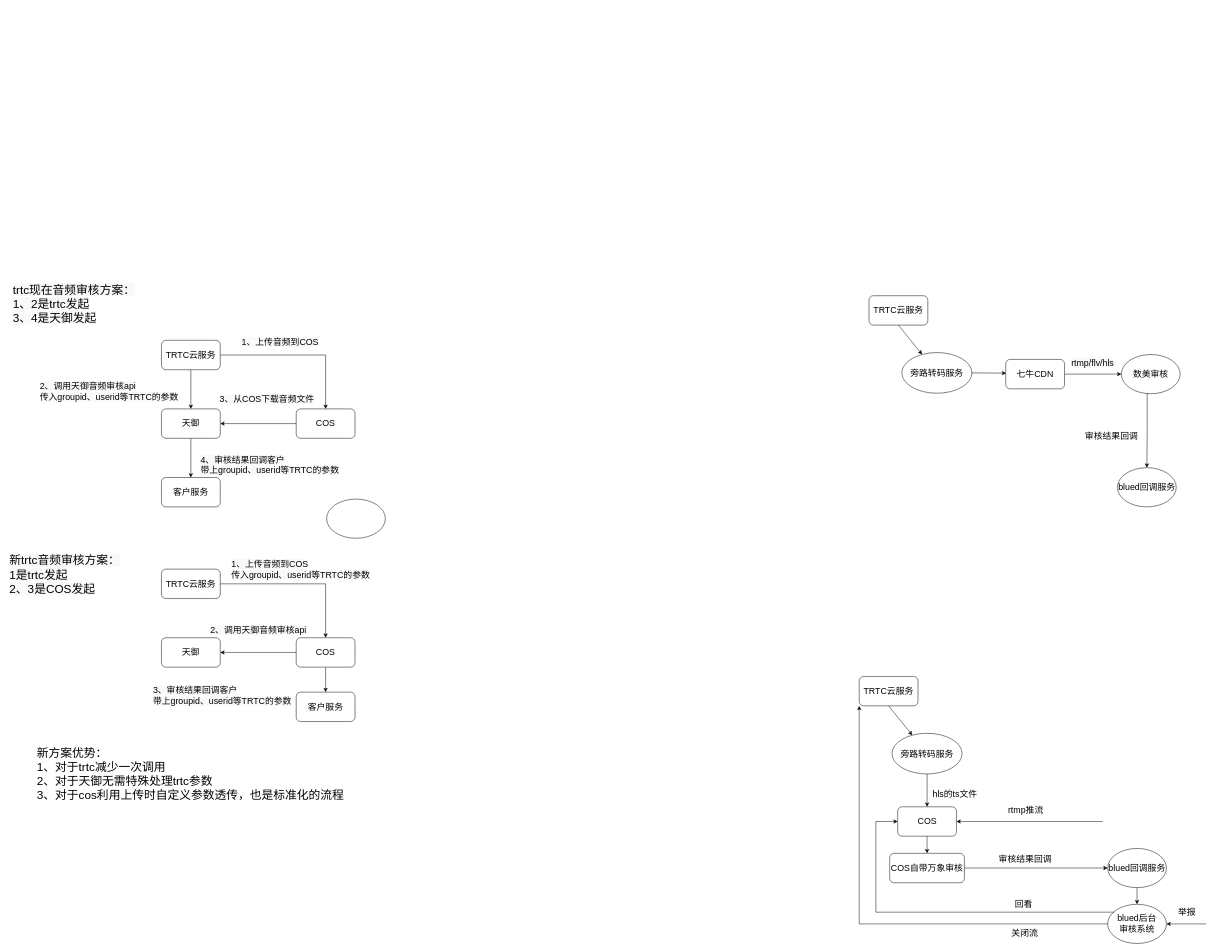
Earlier version of the draw.io diagram page "trtc+cos审核" (4 of 10) of CI.drawio (wangnan8791/document). Source tidied: cells renumbered, new cells numbered last; positions are measured from the earlier drawing's top-left corner, leaving out a move shared by most shapes. Both pictures are drawn from the tidied source at 49%, with x=0, y=0 at pixel (8, 279).
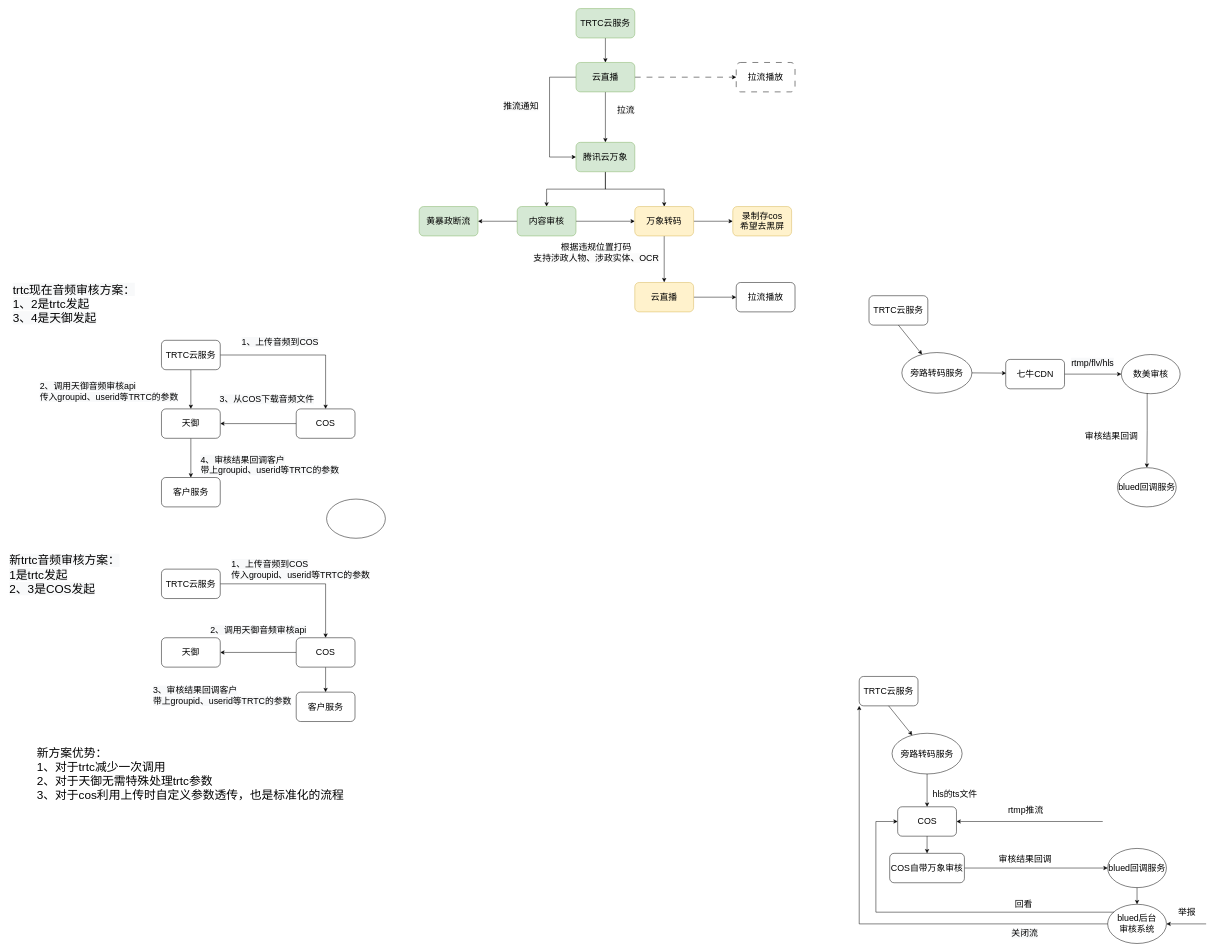
Above is the later version.

Change to the diagram source:
```diff
@@
+    <mxCell id="60" style="edgeStyle=orthogonalEdgeStyle;rounded=0;jettySize=auto;html=1;entryX=0.5;entryY=0;entryDx=0;entryDy=0;" parent="1" edge="1" source="61" target="65">
+      <mxGeometry relative="1" as="geometry" />
+    </mxCell>
+    <mxCell id="61" value="&lt;span&gt;TRTC云服务&lt;/span&gt;" style="rounded=1;whiteSpace=wrap;html=1;fontSize=18;fillColor=#d5e8d4;strokeColor=#82b366;" parent="1" vertex="1">
+      <mxGeometry x="1158" y="-553" width="120" height="60" as="geometry" />
+    </mxCell>
+    <mxCell id="62" style="edgeStyle=orthogonalEdgeStyle;rounded=0;jettySize=auto;html=1;dashed=1;dashPattern=12 12;" parent="1" edge="1" source="65" target="66">
+      <mxGeometry relative="1" as="geometry" />
+    </mxCell>
+    <mxCell id="63" style="edgeStyle=orthogonalEdgeStyle;rounded=0;jettySize=auto;html=1;entryX=0;entryY=0.5;entryDx=0;entryDy=0;exitX=0;exitY=0.5;exitDx=0;exitDy=0;" parent="1" edge="1" source="65" target="69">
+      <mxGeometry relative="1" as="geometry">
+        <Array as="points">
+          <mxPoint x="1104" y="-413" />
+          <mxPoint x="1104" y="-250" />
+        </Array>
+      </mxGeometry>
+    </mxCell>
+    <mxCell id="64" style="edgeStyle=orthogonalEdgeStyle;rounded=0;jettySize=auto;html=1;entryX=0.5;entryY=0;entryDx=0;entryDy=0;" parent="1" edge="1" source="65" target="69">
+      <mxGeometry relative="1" as="geometry" />
+    </mxCell>
+    <mxCell id="65" value="&lt;span&gt;云直播&lt;/span&gt;" style="rounded=1;whiteSpace=wrap;html=1;fontSize=18;fillColor=#d5e8d4;strokeColor=#82b366;" parent="1" vertex="1">
+      <mxGeometry x="1158" y="-443" width="120" height="60" as="geometry" />
+    </mxCell>
+    <mxCell id="66" value="&lt;span&gt;拉流播放&lt;/span&gt;" style="rounded=1;whiteSpace=wrap;html=1;fontSize=18;dashed=1;dashPattern=12 12;" parent="1" vertex="1">
+      <mxGeometry x="1485" y="-443" width="120" height="60" as="geometry" />
+    </mxCell>
+    <mxCell id="67" style="edgeStyle=orthogonalEdgeStyle;rounded=0;jettySize=auto;html=1;entryX=0.5;entryY=0;entryDx=0;entryDy=0;" parent="1" edge="1" source="69" target="74">
+      <mxGeometry relative="1" as="geometry" />
+    </mxCell>
+    <mxCell id="68" style="edgeStyle=orthogonalEdgeStyle;rounded=0;jettySize=auto;html=1;" parent="1" edge="1" source="69" target="77">
+      <mxGeometry relative="1" as="geometry" />
+    </mxCell>
+    <mxCell id="69" value="&lt;span&gt;腾讯云万象&lt;/span&gt;" style="rounded=1;whiteSpace=wrap;html=1;fontSize=18;fillColor=#d5e8d4;strokeColor=#82b366;" parent="1" vertex="1">
+      <mxGeometry x="1158" y="-280" width="120" height="60" as="geometry" />
+    </mxCell>
+    <mxCell id="70" value="&lt;span style=&quot;color: rgb(0, 0, 0); font-family: Helvetica; font-size: 18px; font-style: normal; font-variant-ligatures: normal; font-variant-caps: normal; font-weight: 400; letter-spacing: normal; orphans: 2; text-align: center; text-indent: 0px; text-transform: none; widows: 2; word-spacing: 0px; -webkit-text-stroke-width: 0px; background-color: rgb(251, 251, 251); text-decoration-thickness: initial; text-decoration-style: initial; text-decoration-color: initial; float: none; display: inline !important;&quot;&gt;推流通知&lt;/span&gt;" style="text;whiteSpace=wrap;html=1;" parent="1" vertex="1">
+      <mxGeometry x="1008" y="-370" width="82" height="44" as="geometry" />
+    </mxCell>
+    <mxCell id="71" value="&lt;span style=&quot;color: rgb(0, 0, 0); font-family: Helvetica; font-size: 18px; font-style: normal; font-variant-ligatures: normal; font-variant-caps: normal; font-weight: 400; letter-spacing: normal; orphans: 2; text-align: center; text-indent: 0px; text-transform: none; widows: 2; word-spacing: 0px; -webkit-text-stroke-width: 0px; background-color: rgb(251, 251, 251); text-decoration-thickness: initial; text-decoration-style: initial; text-decoration-color: initial; float: none; display: inline !important;&quot;&gt;拉流&lt;/span&gt;" style="text;whiteSpace=wrap;html=1;" parent="1" vertex="1">
+      <mxGeometry x="1240" y="-362" width="82" height="44" as="geometry" />
+    </mxCell>
+    <mxCell id="72" style="edgeStyle=orthogonalEdgeStyle;rounded=0;jettySize=auto;html=1;" parent="1" edge="1" source="74" target="77">
+      <mxGeometry relative="1" as="geometry" />
+    </mxCell>
+    <mxCell id="73" style="edgeStyle=orthogonalEdgeStyle;rounded=0;jettySize=auto;html=1;" parent="1" edge="1" source="74" target="83">
+      <mxGeometry relative="1" as="geometry" />
+    </mxCell>
+    <mxCell id="74" value="内容审核" style="rounded=1;whiteSpace=wrap;html=1;fontSize=18;fillColor=#d5e8d4;strokeColor=#82b366;" parent="1" vertex="1">
+      <mxGeometry x="1038" y="-149" width="120" height="60" as="geometry" />
+    </mxCell>
+    <mxCell id="75" style="edgeStyle=orthogonalEdgeStyle;rounded=0;jettySize=auto;html=1;" parent="1" edge="1" source="77">
+      <mxGeometry relative="1" as="geometry">
+        <mxPoint x="1338" y="5.5" as="targetPoint" />
+      </mxGeometry>
+    </mxCell>
+    <mxCell id="76" style="edgeStyle=orthogonalEdgeStyle;rounded=0;jettySize=auto;html=1;" parent="1" edge="1" source="77" target="82">
+      <mxGeometry relative="1" as="geometry" />
+    </mxCell>
+    <mxCell id="77" value="&lt;span&gt;万象转码&lt;/span&gt;" style="rounded=1;whiteSpace=wrap;html=1;fontSize=18;fillColor=#fff2cc;strokeColor=#d6b656;" parent="1" vertex="1">
+      <mxGeometry x="1278" y="-149" width="120" height="60" as="geometry" />
+    </mxCell>
+    <mxCell id="78" value="&lt;span style=&quot;color: rgb(0, 0, 0); font-family: Helvetica; font-size: 18px; font-style: normal; font-variant-ligatures: normal; font-variant-caps: normal; font-weight: 400; letter-spacing: normal; orphans: 2; text-indent: 0px; text-transform: none; widows: 2; word-spacing: 0px; -webkit-text-stroke-width: 0px; background-color: rgb(251, 251, 251); text-decoration-thickness: initial; text-decoration-style: initial; text-decoration-color: initial; float: none; display: inline !important;&quot;&gt;根据违规位置打码&lt;br&gt;支持涉政人物、涉政实体、OCR&lt;br&gt;&lt;/span&gt;" style="text;whiteSpace=wrap;html=1;align=center;" parent="1" vertex="1">
+      <mxGeometry x="1070" y="-82" width="259" height="44" as="geometry" />
+    </mxCell>
+    <mxCell id="79" style="edgeStyle=orthogonalEdgeStyle;rounded=0;jettySize=auto;html=1;" parent="1" edge="1" source="80" target="81">
+      <mxGeometry relative="1" as="geometry" />
+    </mxCell>
+    <mxCell id="80" value="&lt;span&gt;云直播&lt;/span&gt;" style="rounded=1;whiteSpace=wrap;html=1;fontSize=18;fillColor=#fff2cc;strokeColor=#d6b656;" parent="1" vertex="1">
+      <mxGeometry x="1278" y="6" width="120" height="60" as="geometry" />
+    </mxCell>
+    <mxCell id="81" value="&lt;span&gt;拉流播放&lt;/span&gt;" style="rounded=1;whiteSpace=wrap;html=1;fontSize=18;" parent="1" vertex="1">
+      <mxGeometry x="1485" y="6" width="120" height="60" as="geometry" />
+    </mxCell>
+    <mxCell id="82" value="录制存cos&lt;br&gt;希望去黑屏" style="whiteSpace=wrap;html=1;fontSize=18;fillColor=#fff2cc;strokeColor=#d6b656;rounded=1;" parent="1" vertex="1">
+      <mxGeometry x="1478" y="-149" width="120" height="60" as="geometry" />
+    </mxCell>
+    <mxCell id="83" value="黄暴政断流" style="whiteSpace=wrap;html=1;fontSize=18;fillColor=#d5e8d4;strokeColor=#82b366;rounded=1;" parent="1" vertex="1">
+      <mxGeometry x="838" y="-149" width="120" height="60" as="geometry" />
+    </mxCell>
```
